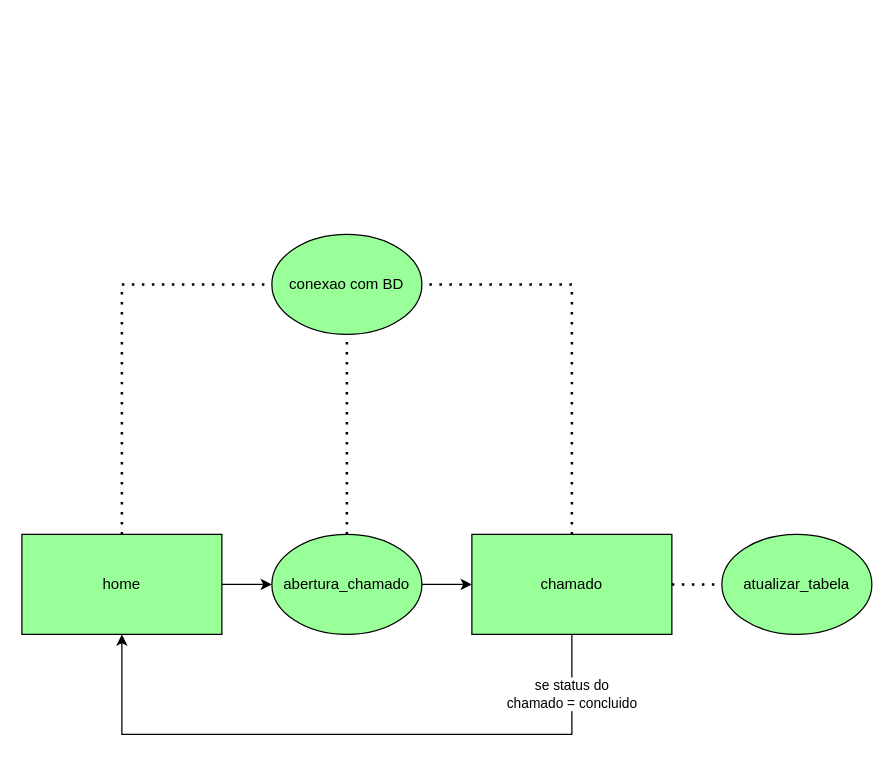
Earlier version of the draw.io diagram algoritimo_diagrama/Diagrama sem nome.drawio (Estevaoferreira/chamados_ti). Source tidied: cells renumbered, new cells numbered last; positions are measured from the earlier drawing's top-left corner, leaving out a move shared by most shapes. Both pictures are drawn from the tidied source at 125%, with x=0, y=0 at pixel (21, 234).
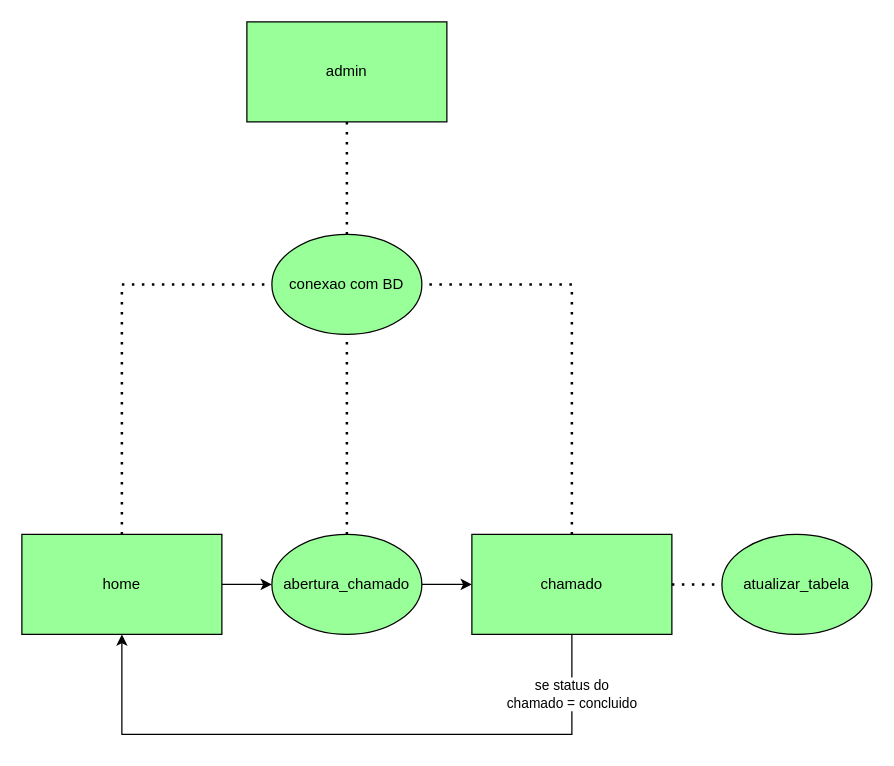
The same diagram, later.

Unchanged cells that the change refers to:
```xml
<mxCell id="9" value="conexao com BD" style="ellipse;whiteSpace=wrap;html=1;rounded=0;fillColor=#99FF99;" parent="1" vertex="1">
  <mxGeometry x="200" width="120" height="80" as="geometry" />
</mxCell>
```

What changed in the source:
```diff
@@
+    <mxCell id="15" value="admin" style="rounded=0;whiteSpace=wrap;html=1;fillColor=#99FF99;" parent="1" vertex="1">
+      <mxGeometry x="180" y="-170" width="160" height="80" as="geometry" />
+    </mxCell>
+    <mxCell id="16" style="endArrow=none;dashed=1;html=1;dashPattern=1 3;strokeWidth=2;rounded=0;exitX=0.5;exitY=0;exitDx=0;exitDy=0;entryX=0.5;entryY=1;entryDx=0;entryDy=0;" parent="1" edge="1" source="9" target="15">
+      <mxGeometry relative="1" as="geometry" />
+    </mxCell>
```
